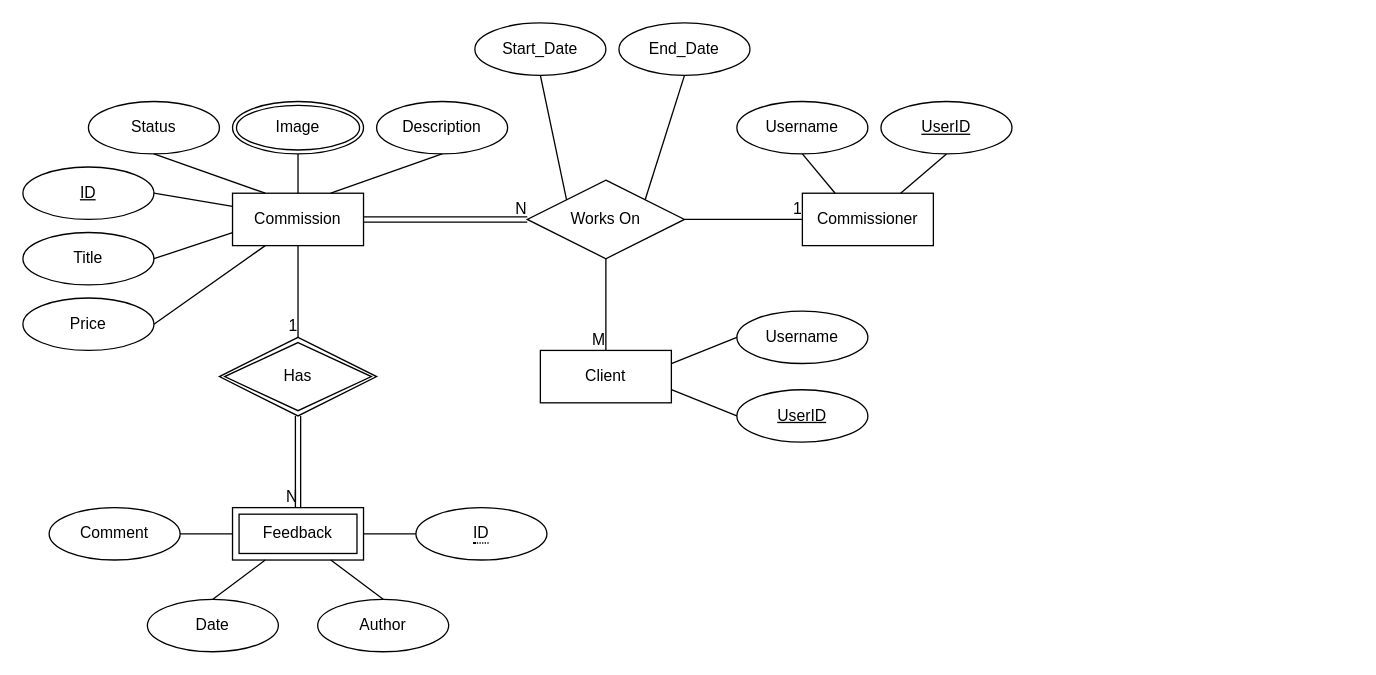
This is Diagrams/Phase1.drawio from CocoaMilka/CS2300_Diagrams, a draw.io file, before an edit. Source tidied: cells renumbered, new cells numbered last; positions are measured from the earlier drawing's top-left corner, leaving out a move shared by most shapes. Both pictures are drawn from the tidied source at 131%, with x=0, y=0 at pixel (22, 22).
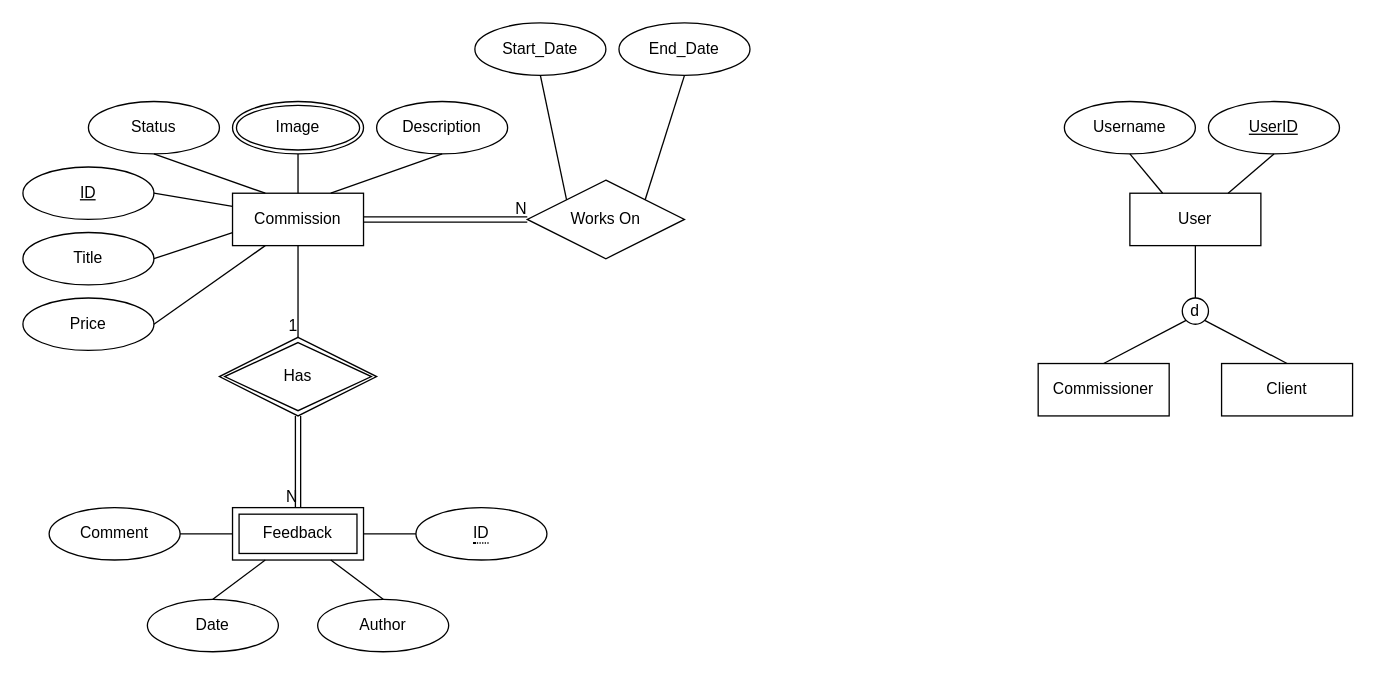
The same diagram, later.

Unchanged cells that the change refers to:
```xml
<mxCell id="6" value="Works On" style="shape=rhombus;perimeter=rhombusPerimeter;whiteSpace=wrap;html=1;align=center;" parent="1" vertex="1">
  <mxGeometry x="385" y="120" width="120" height="60" as="geometry" />
</mxCell>
```

The edit, as a diff of the source:
```diff
@@
     <mxCell id="2" value="Commissioner" style="whiteSpace=wrap;html=1;align=center;" parent="1" vertex="1">
-      <mxGeometry x="595" y="130" width="100" height="40" as="geometry" />
+      <mxGeometry x="775" y="260" width="100" height="40" as="geometry" />
     </mxCell>
@@
     <mxCell id="5" value="Client" style="whiteSpace=wrap;html=1;align=center;" parent="1" vertex="1">
-      <mxGeometry x="395" y="250" width="100" height="40" as="geometry" />
+      <mxGeometry x="915" y="260" width="100" height="40" as="geometry" />
     </mxCell>
@@
-    <mxCell id="9" style="endArrow=none;html=1;rounded=0;exitX=1;exitY=0.5;exitDx=0;exitDy=0;" parent="1" edge="1" source="6" target="2">
-      <mxGeometry relative="1" as="geometry" />
-    </mxCell>
-    <mxCell id="10" value="1" style="html=1;align=right;verticalAlign=bottom;" parent="9" vertex="1">
-      <mxGeometry x="1" relative="1" as="geometry" />
-    </mxCell>
@@
-    <mxCell id="12" style="endArrow=none;html=1;rounded=0;exitX=0.5;exitY=1;exitDx=0;exitDy=0;entryX=0.5;entryY=0;entryDx=0;entryDy=0;" parent="1" edge="1" source="6" target="5">
-      <mxGeometry relative="1" as="geometry" />
-    </mxCell>
-    <mxCell id="13" value="M" style="html=1;align=right;verticalAlign=bottom;" parent="12" vertex="1">
-      <mxGeometry x="1" relative="1" as="geometry" />
-    </mxCell>
-    <mxCell id="14" value="UserID" style="ellipse;whiteSpace=wrap;html=1;align=center;fontStyle=4;" parent="1" vertex="1">
-      <mxGeometry x="655" y="60" width="100" height="40" as="geometry" />
-    </mxCell>
-    <mxCell id="15" value="Username" style="ellipse;whiteSpace=wrap;html=1;align=center;" parent="1" vertex="1">
-      <mxGeometry x="545" y="60" width="100" height="40" as="geometry" />
-    </mxCell>
@@
-    <mxCell id="24" value="Username" style="ellipse;whiteSpace=wrap;html=1;align=center;" parent="1" vertex="1">
-      <mxGeometry x="545" y="220" width="100" height="40" as="geometry" />
-    </mxCell>
-    <mxCell id="25" value="UserID" style="ellipse;whiteSpace=wrap;html=1;align=center;fontStyle=4;" parent="1" vertex="1">
-      <mxGeometry x="545" y="280" width="100" height="40" as="geometry" />
-    </mxCell>
@@
-    <mxCell id="35" style="endArrow=none;html=1;rounded=0;exitX=0.25;exitY=0;exitDx=0;exitDy=0;entryX=0.5;entryY=1;entryDx=0;entryDy=0;" parent="1" edge="1" source="2" target="15">
-      <mxGeometry relative="1" as="geometry" />
-    </mxCell>
-    <mxCell id="36" style="endArrow=none;html=1;rounded=0;exitX=0.75;exitY=0;exitDx=0;exitDy=0;entryX=0.5;entryY=1;entryDx=0;entryDy=0;" parent="1" edge="1" source="2" target="14">
-      <mxGeometry relative="1" as="geometry" />
-    </mxCell>
-    <mxCell id="37" style="endArrow=none;html=1;rounded=0;entryX=1;entryY=0.25;entryDx=0;entryDy=0;exitX=0;exitY=0.5;exitDx=0;exitDy=0;" parent="1" edge="1" source="24" target="5">
-      <mxGeometry relative="1" as="geometry" />
-    </mxCell>
-    <mxCell id="38" style="endArrow=none;html=1;rounded=0;entryX=0;entryY=0.5;entryDx=0;entryDy=0;exitX=1;exitY=0.75;exitDx=0;exitDy=0;" parent="1" edge="1" source="5" target="25">
-      <mxGeometry relative="1" as="geometry" />
-    </mxCell>
@@
+    <mxCell id="50" value="User" style="whiteSpace=wrap;html=1;align=center;" parent="1" vertex="1">
+      <mxGeometry x="845" y="130" width="100" height="40" as="geometry" />
+    </mxCell>
+    <mxCell id="51" value="UserID" style="ellipse;whiteSpace=wrap;html=1;align=center;fontStyle=4;" parent="1" vertex="1">
+      <mxGeometry x="905" y="60" width="100" height="40" as="geometry" />
+    </mxCell>
+    <mxCell id="52" value="Username" style="ellipse;whiteSpace=wrap;html=1;align=center;" parent="1" vertex="1">
+      <mxGeometry x="795" y="60" width="100" height="40" as="geometry" />
+    </mxCell>
+    <mxCell id="53" style="endArrow=none;html=1;rounded=0;exitX=0.25;exitY=0;exitDx=0;exitDy=0;entryX=0.5;entryY=1;entryDx=0;entryDy=0;" parent="1" edge="1" target="52">
+      <mxGeometry relative="1" as="geometry">
+        <mxPoint x="870" y="130" as="sourcePoint" />
+      </mxGeometry>
+    </mxCell>
+    <mxCell id="54" style="endArrow=none;html=1;rounded=0;exitX=0.75;exitY=0;exitDx=0;exitDy=0;entryX=0.5;entryY=1;entryDx=0;entryDy=0;" parent="1" edge="1" target="51">
+      <mxGeometry relative="1" as="geometry">
+        <mxPoint x="920" y="130" as="sourcePoint" />
+      </mxGeometry>
+    </mxCell>
+    <mxCell id="55" style="endArrow=none;html=1;rounded=0;entryX=0.5;entryY=1;entryDx=0;entryDy=0;exitX=0.5;exitY=0;exitDx=0;exitDy=0;" parent="1" edge="1" source="56" target="50">
+      <mxGeometry relative="1" as="geometry" />
+    </mxCell>
+    <mxCell id="56" value="d" style="ellipse;whiteSpace=wrap;html=1;" parent="1" vertex="1">
+      <mxGeometry x="885" y="210" width="20" height="20" as="geometry" />
+    </mxCell>
+    <mxCell id="57" style="endArrow=none;html=1;rounded=0;entryX=0;entryY=1;entryDx=0;entryDy=0;exitX=0.5;exitY=0;exitDx=0;exitDy=0;" parent="1" edge="1" source="2" target="56">
+      <mxGeometry relative="1" as="geometry" />
+    </mxCell>
+    <mxCell id="58" style="endArrow=none;html=1;rounded=0;entryX=1;entryY=1;entryDx=0;entryDy=0;exitX=0.5;exitY=0;exitDx=0;exitDy=0;" parent="1" edge="1" source="5" target="56">
+      <mxGeometry relative="1" as="geometry" />
+    </mxCell>
```
